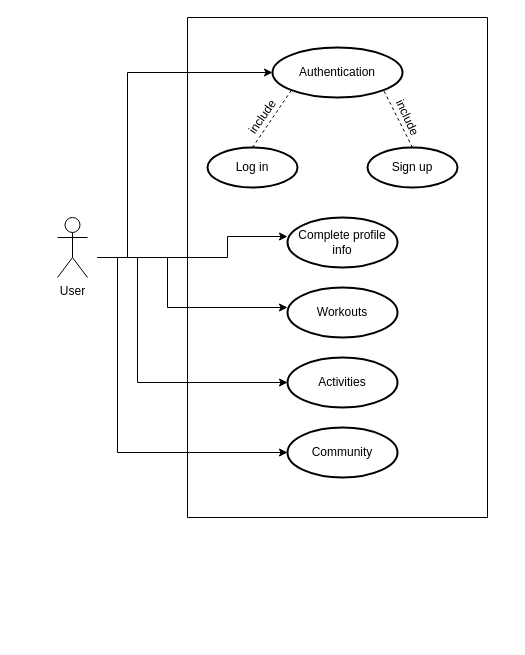
This is Docs./Usecase.drawio from ShadiMe-flutter/Workout, a draw.io file, before an edit. Source tidied: cells renumbered, new cells numbered last; positions are measured from the earlier drawing's top-left corner, leaving out a move shared by most shapes. Both pictures are drawn from the tidied source at 100%, with x=0, y=0 at pixel (57, 17).
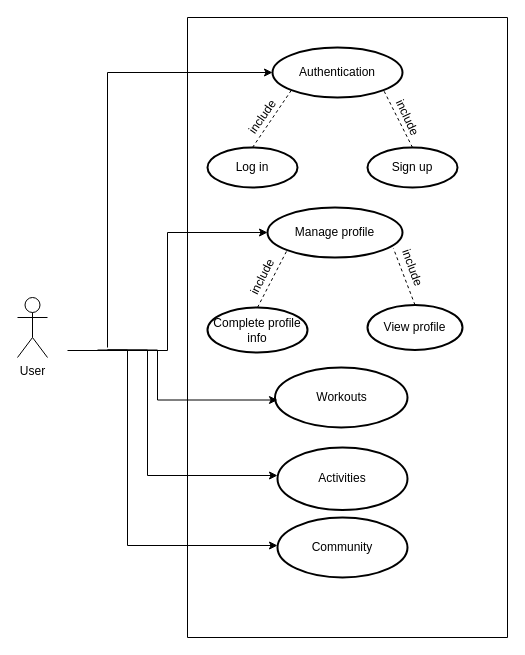
The same page after the edit.

Unchanged cells that the change refers to:
```xml
<mxCell id="4" value="Authentication" style="strokeWidth=2;html=1;shape=mxgraph.flowchart.start_1;whiteSpace=wrap;" parent="1" vertex="1">
  <mxGeometry x="215" y="30" width="130" height="50" as="geometry" />
</mxCell>
```

What changed in the source:
```diff
@@
     <mxCell id="2" value="User&lt;br&gt;" style="shape=umlActor;verticalLabelPosition=bottom;verticalAlign=top;html=1;" parent="1" vertex="1">
-      <mxGeometry y="200" width="30" height="60" as="geometry" />
+      <mxGeometry x="-40" y="280" width="30" height="60" as="geometry" />
     </mxCell>
     <mxCell id="3" style="verticalLabelPosition=bottom;verticalAlign=top;html=1;shape=mxgraph.basic.rect;fillColor2=none;strokeWidth=1;size=20;indent=5;direction=south;" parent="1" vertex="1">
-      <mxGeometry x="130" width="300" height="500" as="geometry" />
+      <mxGeometry x="130" width="320" height="620" as="geometry" />
     </mxCell>
@@
     <mxCell id="11" value="Community" style="strokeWidth=2;html=1;shape=mxgraph.flowchart.start_1;whiteSpace=wrap;" parent="1" vertex="1">
-      <mxGeometry x="230" y="410" width="110" height="50" as="geometry" />
+      <mxGeometry x="220" y="500" width="130" height="60" as="geometry" />
     </mxCell>
     <mxCell id="12" value="Activities" style="strokeWidth=2;html=1;shape=mxgraph.flowchart.start_1;whiteSpace=wrap;" parent="1" vertex="1">
-      <mxGeometry x="230" y="340" width="110" height="50" as="geometry" />
+      <mxGeometry x="220" y="430" width="130" height="62.5" as="geometry" />
     </mxCell>
     <mxCell id="13" value="Workouts" style="strokeWidth=2;html=1;shape=mxgraph.flowchart.start_1;whiteSpace=wrap;" parent="1" vertex="1">
-      <mxGeometry x="230" y="270" width="110" height="50" as="geometry" />
+      <mxGeometry x="217.5" y="350" width="132.5" height="60" as="geometry" />
     </mxCell>
     <mxCell id="14" value="Complete profile info" style="strokeWidth=2;html=1;shape=mxgraph.flowchart.start_1;whiteSpace=wrap;" parent="1" vertex="1">
-      <mxGeometry x="230" y="200" width="110" height="50" as="geometry" />
+      <mxGeometry x="150" y="290" width="100" height="45" as="geometry" />
     </mxCell>
-    <mxCell id="15" style="edgeStyle=orthogonalEdgeStyle;rounded=0;jettySize=auto;html=1;entryX=0;entryY=0.5;entryDx=0;entryDy=0;entryPerimeter=0;" parent="1" edge="1" target="11">
+    <mxCell id="15" style="edgeStyle=orthogonalEdgeStyle;rounded=0;orthogonalLoop=1;jettySize=auto;html=1;" parent="1" edge="1">
       <mxGeometry relative="1" as="geometry">
-        <mxPoint x="40" y="240" as="sourcePoint" />
+        <mxPoint x="50" y="332.5" as="sourcePoint" />
+        <mxPoint x="220" y="528" as="targetPoint" />
         <Array as="points">
-          <mxPoint x="60" y="240" />
-          <mxPoint x="60" y="435" />
+          <mxPoint x="70" y="332.5" />
+          <mxPoint x="70" y="527.5" />
         </Array>
       </mxGeometry>
     </mxCell>
-    <mxCell id="16" style="edgeStyle=orthogonalEdgeStyle;rounded=0;jettySize=auto;html=1;entryX=0;entryY=0.5;entryDx=0;entryDy=0;entryPerimeter=0;" parent="1" edge="1" target="12">
+    <mxCell id="16" style="edgeStyle=orthogonalEdgeStyle;rounded=0;orthogonalLoop=1;jettySize=auto;html=1;" parent="1" edge="1">
       <mxGeometry relative="1" as="geometry">
-        <mxPoint x="40" y="240" as="sourcePoint" />
+        <mxPoint x="50" y="332.5" as="sourcePoint" />
+        <mxPoint x="220" y="458" as="targetPoint" />
         <Array as="points">
-          <mxPoint x="80" y="240" />
-          <mxPoint x="80" y="365" />
+          <mxPoint x="90" y="332.5" />
+          <mxPoint x="90" y="457.5" />
         </Array>
       </mxGeometry>
     </mxCell>
     <mxCell id="17" style="edgeStyle=orthogonalEdgeStyle;rounded=0;orthogonalLoop=1;jettySize=auto;html=1;" parent="1" edge="1">
       <mxGeometry relative="1" as="geometry">
-        <mxPoint x="50" y="240" as="sourcePoint" />
-        <mxPoint x="230" y="290" as="targetPoint" />
+        <mxPoint x="40" y="332.5" as="sourcePoint" />
+        <mxPoint x="220" y="382.5" as="targetPoint" />
         <Array as="points">
-          <mxPoint x="50" y="240" />
-          <mxPoint x="110" y="240" />
-          <mxPoint x="110" y="290" />
+          <mxPoint x="40" y="332.5" />
+          <mxPoint x="100" y="332.5" />
+          <mxPoint x="100" y="382.5" />
         </Array>
       </mxGeometry>
     </mxCell>
-    <mxCell id="18" style="edgeStyle=orthogonalEdgeStyle;rounded=0;orthogonalLoop=1;jettySize=auto;html=1;" parent="1" edge="1">
+    <mxCell id="18" style="edgeStyle=orthogonalEdgeStyle;rounded=0;jettySize=auto;html=1;entryX=0;entryY=0.5;entryDx=0;entryDy=0;entryPerimeter=0;" parent="1" edge="1" target="21">
       <mxGeometry relative="1" as="geometry">
-        <mxPoint x="40" y="240" as="sourcePoint" />
-        <mxPoint x="230" y="219" as="targetPoint" />
+        <mxPoint x="10" y="333" as="sourcePoint" />
         <Array as="points">
-          <mxPoint x="170" y="240" />
-          <mxPoint x="170" y="219" />
+          <mxPoint x="110" y="333" />
+          <mxPoint x="110" y="215" />
         </Array>
       </mxGeometry>
     </mxCell>
     <mxCell id="19" style="edgeStyle=orthogonalEdgeStyle;rounded=0;jettySize=auto;html=1;entryX=0;entryY=0.5;entryDx=0;entryDy=0;entryPerimeter=0;" parent="1" edge="1" target="4">
       <mxGeometry relative="1" as="geometry">
-        <mxPoint x="40" y="240" as="sourcePoint" />
+        <mxPoint x="50" y="330" as="sourcePoint" />
         <Array as="points">
-          <mxPoint x="70" y="240" />
-          <mxPoint x="70" y="55" />
+          <mxPoint x="50" y="55" />
         </Array>
       </mxGeometry>
     </mxCell>
+    <mxCell id="20" value="View profile" style="strokeWidth=2;html=1;shape=mxgraph.flowchart.start_1;whiteSpace=wrap;" parent="1" vertex="1">
+      <mxGeometry x="310" y="287.5" width="95" height="45" as="geometry" />
+    </mxCell>
+    <mxCell id="21" value="Manage profile" style="strokeWidth=2;html=1;shape=mxgraph.flowchart.start_1;whiteSpace=wrap;" parent="1" vertex="1">
+      <mxGeometry x="210" y="190" width="135" height="50" as="geometry" />
+    </mxCell>
+    <mxCell id="22" style="endArrow=none;dashed=1;html=1;exitX=0.5;exitY=0;exitDx=0;exitDy=0;exitPerimeter=0;entryX=0.145;entryY=0.855;entryDx=0;entryDy=0;entryPerimeter=0;" parent="1" edge="1" source="14" target="21">
+      <mxGeometry relative="1" as="geometry" />
+    </mxCell>
+    <mxCell id="23" style="endArrow=none;dashed=1;html=1;exitX=0.5;exitY=0;exitDx=0;exitDy=0;exitPerimeter=0;entryX=0.933;entryY=0.82;entryDx=0;entryDy=0;entryPerimeter=0;" parent="1" edge="1" source="20" target="21">
+      <mxGeometry relative="1" as="geometry" />
+    </mxCell>
+    <mxCell id="24" value="include" style="text;html=1;align=center;verticalAlign=middle;fillColor=none;strokeColor=none;rounded=0;rotation=297;" parent="1" vertex="1">
+      <mxGeometry x="180" y="250" width="50" height="20" as="geometry" />
+    </mxCell>
+    <mxCell id="25" value="include" style="text;html=1;align=center;verticalAlign=middle;fillColor=none;strokeColor=none;rounded=0;rotation=70;" parent="1" vertex="1">
+      <mxGeometry x="330" y="240" width="50" height="20" as="geometry" />
+    </mxCell>
```
